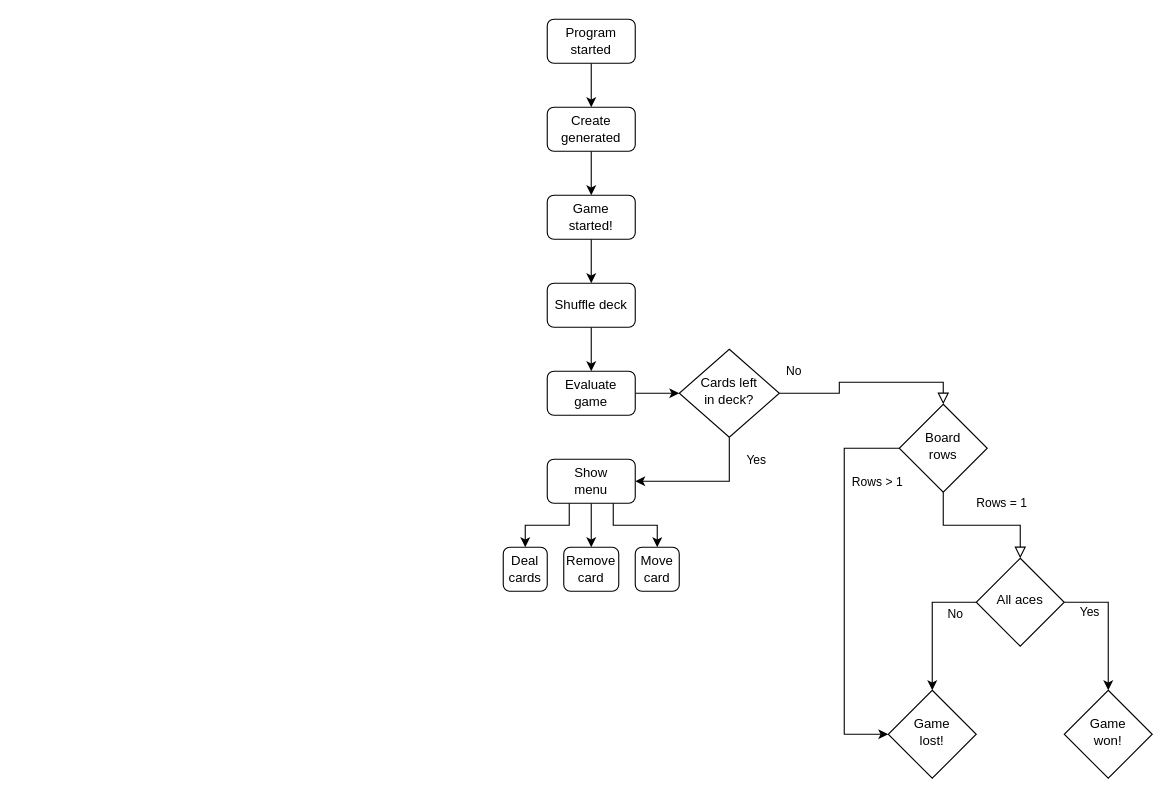
Before: idioten/documentation/idioten_flow_chart_gameplay.drawio in dmiek/devops, a draw.io diagram. Source tidied: cells renumbered, new cells numbered last; positions are measured from the earlier drawing's top-left corner, leaving out a move shared by most shapes. Both pictures are drawn from the tidied source at 110%, with x=0, y=0 at pixel (503, 19).
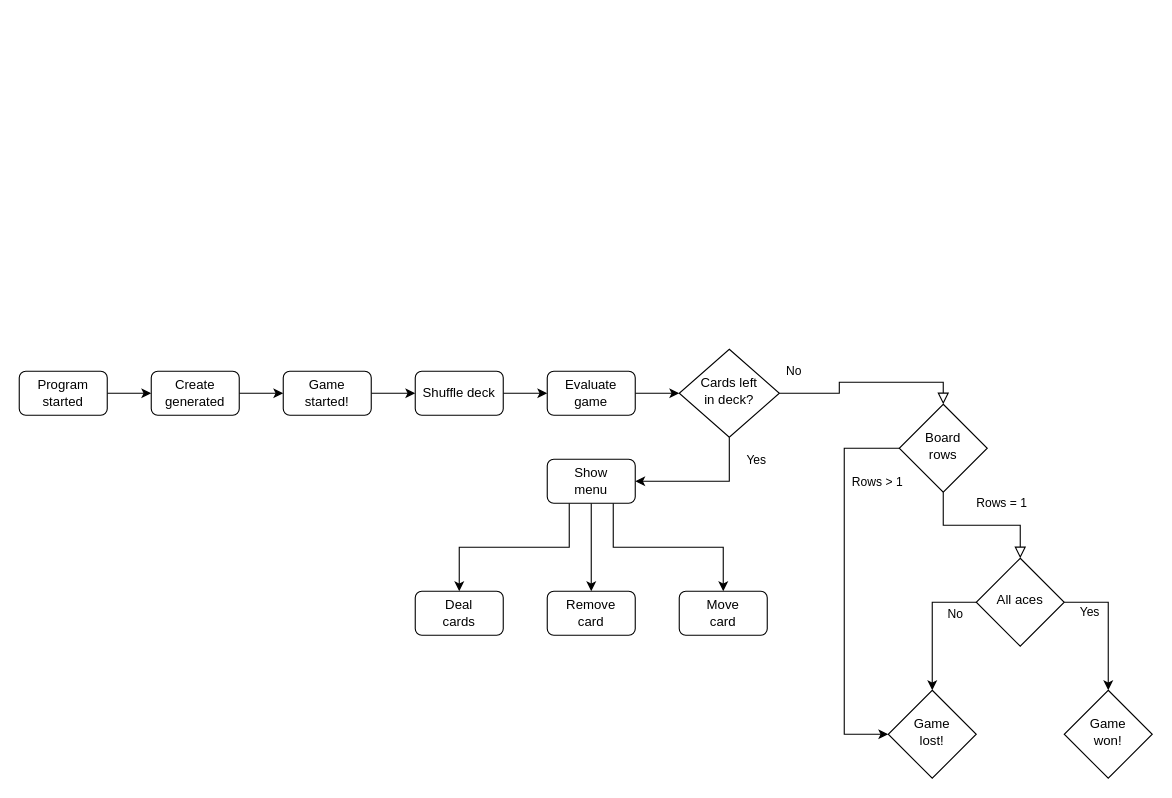
Above is the later version.

Unchanged cells that the change refers to:
```xml
<mxCell id="13" value="Evaluate&lt;br&gt;game" style="rounded=1;whiteSpace=wrap;html=1;fontSize=12;glass=0;strokeWidth=1;shadow=0;" parent="1" vertex="1">
  <mxGeometry x="40" y="320" width="80" height="40" as="geometry" />
</mxCell>
```

The edit, as a diff of the source:
```diff
@@
     <mxCell id="5" value="Game&lt;br&gt;started!" style="rounded=1;whiteSpace=wrap;html=1;fontSize=12;glass=0;strokeWidth=1;shadow=0;" parent="1" vertex="1">
-      <mxGeometry x="40" y="160" width="80" height="40" as="geometry" />
+      <mxGeometry x="-200" y="320" width="80" height="40" as="geometry" />
     </mxCell>
-    <mxCell id="6" style="edgeStyle=orthogonalEdgeStyle;rounded=0;jettySize=auto;html=1;entryX=0.5;entryY=0;entryDx=0;entryDy=0;" parent="1" edge="1" source="7" target="5">
+    <mxCell id="6" style="edgeStyle=orthogonalEdgeStyle;rounded=0;jettySize=auto;html=1;entryX=0;entryY=0.5;entryDx=0;entryDy=0;" parent="1" edge="1" source="7" target="5">
       <mxGeometry relative="1" as="geometry" />
     </mxCell>
     <mxCell id="7" value="Create generated" style="rounded=1;whiteSpace=wrap;html=1;fontSize=12;glass=0;strokeWidth=1;shadow=0;" parent="1" vertex="1">
-      <mxGeometry x="40" y="80" width="80" height="40" as="geometry" />
+      <mxGeometry x="-320" y="320" width="80" height="40" as="geometry" />
     </mxCell>
@@
-    <mxCell id="14" style="edgeStyle=orthogonalEdgeStyle;rounded=0;jettySize=auto;html=1;entryX=0.5;entryY=0;entryDx=0;entryDy=0;" parent="1" edge="1" source="15" target="7">
+    <mxCell id="14" style="edgeStyle=orthogonalEdgeStyle;rounded=0;jettySize=auto;html=1;entryX=0;entryY=0.5;entryDx=0;entryDy=0;" parent="1" edge="1" source="15" target="7">
       <mxGeometry relative="1" as="geometry" />
     </mxCell>
     <mxCell id="15" value="Program started" style="rounded=1;whiteSpace=wrap;html=1;fontSize=12;glass=0;strokeWidth=1;shadow=0;" parent="1" vertex="1">
-      <mxGeometry x="40" width="80" height="40" as="geometry" />
+      <mxGeometry x="-440" y="320" width="80" height="40" as="geometry" />
     </mxCell>
@@
-    <mxCell id="24" style="edgeStyle=orthogonalEdgeStyle;rounded=0;jettySize=auto;html=1;entryX=0.5;entryY=0;entryDx=0;entryDy=0;" parent="1" edge="1" source="25" target="13">
+    <mxCell id="24" style="edgeStyle=orthogonalEdgeStyle;rounded=0;jettySize=auto;html=1;entryX=0;entryY=0.5;entryDx=0;entryDy=0;" parent="1" edge="1" source="25" target="13">
       <mxGeometry relative="1" as="geometry" />
     </mxCell>
     <mxCell id="25" value="Shuffle deck" style="whiteSpace=wrap;html=1;rounded=1;glass=0;strokeWidth=1;shadow=0;" parent="1" vertex="1">
-      <mxGeometry x="40" y="240" width="80" height="40" as="geometry" />
+      <mxGeometry x="-80" y="320" width="80" height="40" as="geometry" />
     </mxCell>
@@
     <mxCell id="30" value="Deal&lt;br&gt;cards" style="whiteSpace=wrap;html=1;rounded=1;glass=0;strokeWidth=1;shadow=0;" parent="1" vertex="1">
-      <mxGeometry y="480" width="40" height="40" as="geometry" />
+      <mxGeometry x="-80" y="520" width="80" height="40" as="geometry" />
     </mxCell>
     <mxCell id="31" value="Remove&lt;br&gt;card" style="whiteSpace=wrap;html=1;rounded=1;glass=0;strokeWidth=1;shadow=0;" parent="1" vertex="1">
-      <mxGeometry x="55" y="480" width="50" height="40" as="geometry" />
+      <mxGeometry x="40" y="520" width="80" height="40" as="geometry" />
     </mxCell>
     <mxCell id="32" value="Move&lt;br&gt;card" style="whiteSpace=wrap;html=1;rounded=1;glass=0;strokeWidth=1;shadow=0;" parent="1" vertex="1">
-      <mxGeometry x="120" y="480" width="40" height="40" as="geometry" />
+      <mxGeometry x="160" y="520" width="80" height="40" as="geometry" />
     </mxCell>
```
